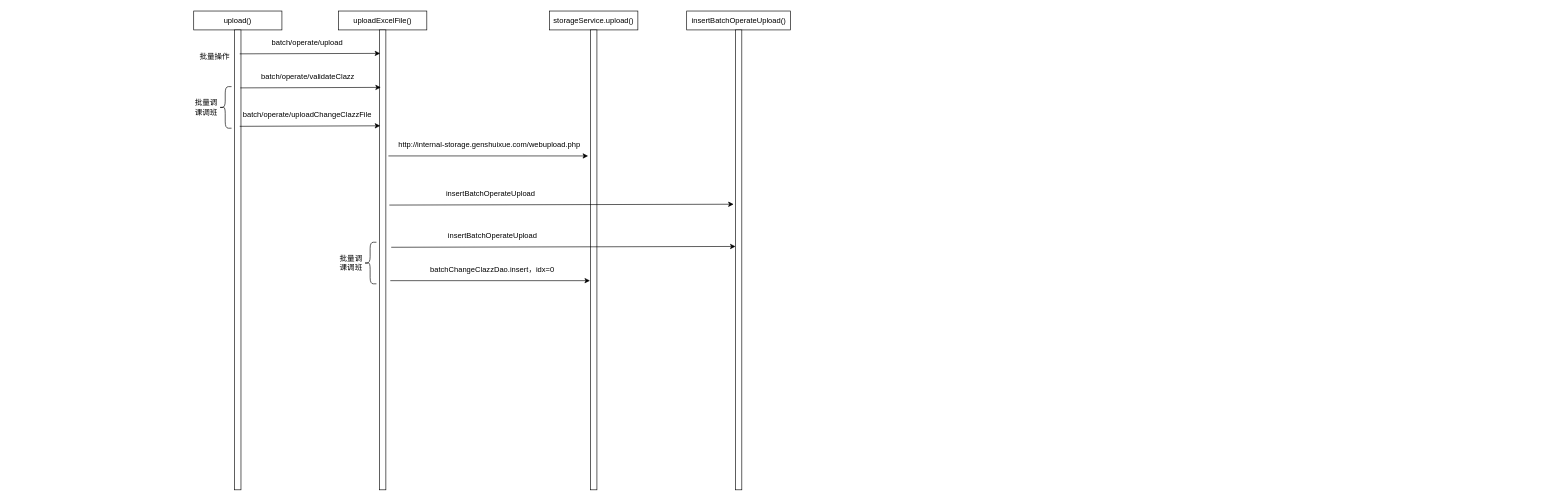
Before: batch_operate2.0time-return.drawio in mirai3zZ/mojito, a draw.io diagram. Source tidied: cells renumbered, new cells numbered last; positions are measured from the earlier drawing's top-left corner, leaving out a move shared by most shapes. Both pictures are drawn from the tidied source at 63%, with x=0, y=0 at pixel (193, 11).
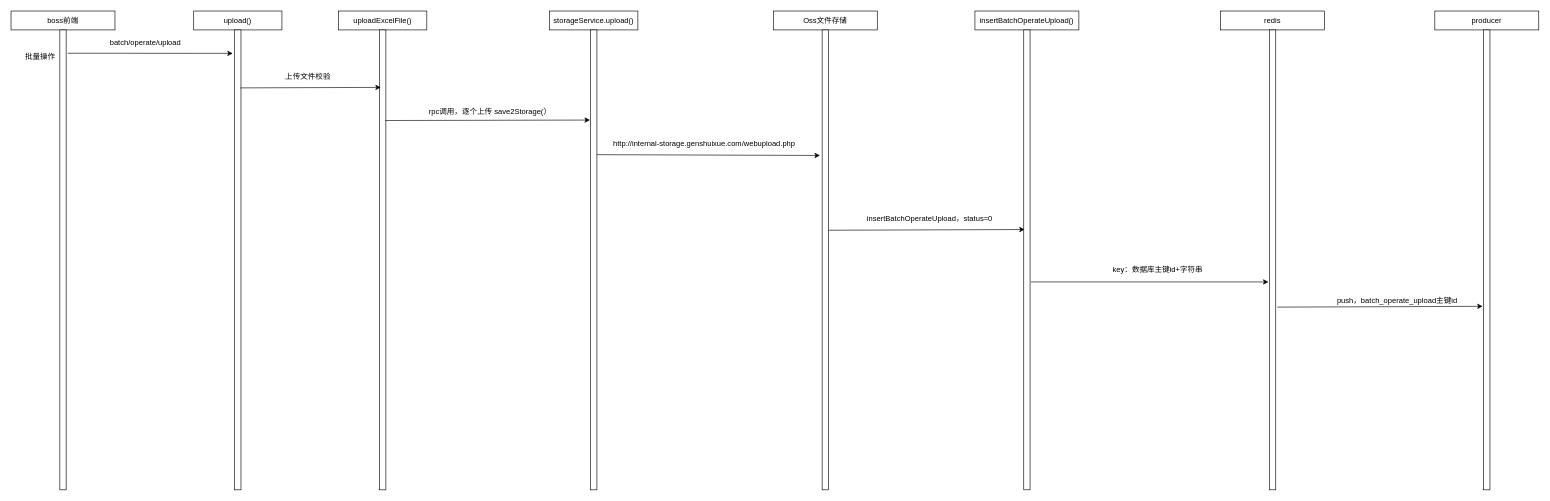
The same page after the edit.

Unchanged cells that the change refers to:
```xml
<mxCell id="3" style="rounded=0;whiteSpace=wrap;html=1;" parent="1" vertex="1">
  <mxGeometry x="65" y="30" width="10" height="730" as="geometry" />
</mxCell>
<mxCell id="5" style="rounded=0;whiteSpace=wrap;html=1;" parent="1" vertex="1">
  <mxGeometry x="295" y="30" width="10" height="730" as="geometry" />
</mxCell>
<mxCell id="7" style="rounded=0;whiteSpace=wrap;html=1;" parent="1" vertex="1">
  <mxGeometry x="630" y="30" width="10" height="730" as="geometry" />
</mxCell>
```

What changed in the source:
```diff
@@
-    <mxCell id="8" value="insertBatchOperateUpload()" style="rounded=0;whiteSpace=wrap;html=1;" parent="1" vertex="1">
-      <mxGeometry x="782.5" width="165" height="30" as="geometry" />
+    <mxCell id="8" value="Oss文件存储" style="rounded=0;whiteSpace=wrap;html=1;" parent="1" vertex="1">
+      <mxGeometry x="920" width="165" height="30" as="geometry" />
     </mxCell>
     <mxCell id="9" style="rounded=0;whiteSpace=wrap;html=1;" parent="1" vertex="1">
-      <mxGeometry x="860" y="30" width="10" height="730" as="geometry" />
+      <mxGeometry x="997.5" y="30" width="10" height="730" as="geometry" />
     </mxCell>
-    <mxCell id="10" style="endArrow=classic;html=1;exitX=0.8;exitY=0.052;exitDx=0;exitDy=0;exitPerimeter=0;entryX=0.1;entryY=0.051;entryDx=0;entryDy=0;entryPerimeter=0;" parent="1" edge="1" source="3" target="5">
-      <mxGeometry relative="1" as="geometry" />
+    <mxCell id="10" style="endArrow=classic;html=1;entryX=-0.3;entryY=0.051;entryDx=0;entryDy=0;entryPerimeter=0;" parent="1" edge="1" target="3">
+      <mxGeometry relative="1" as="geometry">
+        <mxPoint x="-200" y="67" as="sourcePoint" />
+      </mxGeometry>
     </mxCell>
     <mxCell id="11" value="batch/operate/upload" style="text;html=1;align=center;verticalAlign=middle;" parent="1" vertex="1">
-      <mxGeometry x="115" y="40" width="130" height="20" as="geometry" />
+      <mxGeometry x="-142" y="40" width="130" height="20" as="geometry" />
     </mxCell>
@@
-    <mxCell id="13" value="batch/operate/validateClazz" style="text;html=1;align=center;verticalAlign=middle;" parent="1" vertex="1">
-      <mxGeometry x="101" y="94" width="160" height="20" as="geometry" />
+    <mxCell id="13" value="上传文件校验" style="text;html=1;align=center;verticalAlign=middle;" parent="1" vertex="1">
+      <mxGeometry x="136" y="94" width="90" height="20" as="geometry" />
     </mxCell>
-    <mxCell id="14" style="endArrow=classic;html=1;exitX=0.8;exitY=0.052;exitDx=0;exitDy=0;exitPerimeter=0;entryX=0.1;entryY=0.051;entryDx=0;entryDy=0;entryPerimeter=0;" parent="1" edge="1">
-      <mxGeometry relative="1" as="geometry">
-        <mxPoint x="73" y="183" as="sourcePoint" />
-        <mxPoint x="296" y="182.2" as="targetPoint" />
-      </mxGeometry>
-    </mxCell>
-    <mxCell id="15" value="batch/operate/uploadChangeClazzFile" style="text;html=1;align=center;verticalAlign=middle;" parent="1" vertex="1">
-      <mxGeometry x="70" y="155" width="220" height="20" as="geometry" />
-    </mxCell>
-    <mxCell id="16" style="endArrow=classic;html=1;exitX=0.8;exitY=0.052;exitDx=0;exitDy=0;exitPerimeter=0;entryX=-0.4;entryY=0.274;entryDx=0;entryDy=0;entryPerimeter=0;" parent="1" edge="1" target="7">
+    <mxCell id="16" style="endArrow=classic;html=1;exitX=0.8;exitY=0.052;exitDx=0;exitDy=0;exitPerimeter=0;entryX=-0.35;entryY=0.273;entryDx=0;entryDy=0;entryPerimeter=0;" parent="1" edge="1" target="9">
       <mxGeometry relative="1" as="geometry">
-        <mxPoint x="309" y="230" as="sourcePoint" />
+        <mxPoint x="640" y="228" as="sourcePoint" />
       </mxGeometry>
     </mxCell>
     <mxCell id="17" value="http://internal-storage.genshuixue.com/webupload.php" style="text;html=1;align=center;verticalAlign=middle;" parent="1" vertex="1">
-      <mxGeometry x="319" y="202" width="300" height="20" as="geometry" />
+      <mxGeometry x="660" y="200" width="300" height="20" as="geometry" />
     </mxCell>
-    <mxCell id="18" style="shape=curlyBracket;whiteSpace=wrap;html=1;rounded=1;" parent="1" vertex="1">
-      <mxGeometry x="40" y="120" width="20" height="66" as="geometry" />
-    </mxCell>
-    <mxCell id="19" value="批量调课调班" style="text;html=1;strokeColor=none;fillColor=none;align=center;verticalAlign=middle;whiteSpace=wrap;rounded=0;" parent="1" vertex="1">
-      <mxGeometry y="143" width="40" height="20" as="geometry" />
-    </mxCell>
     <mxCell id="20" value="批量操作" style="text;html=1;strokeColor=none;fillColor=none;align=center;verticalAlign=middle;whiteSpace=wrap;rounded=0;" parent="1" vertex="1">
-      <mxGeometry x="7" y="60" width="53" height="23" as="geometry" />
+      <mxGeometry x="-270" y="60" width="53" height="23" as="geometry" />
     </mxCell>
-    <mxCell id="21" style="endArrow=classic;html=1;exitX=0.8;exitY=0.052;exitDx=0;exitDy=0;exitPerimeter=0;entryX=-0.3;entryY=0.379;entryDx=0;entryDy=0;entryPerimeter=0;" parent="1" edge="1" target="9">
-      <mxGeometry relative="1" as="geometry">
-        <mxPoint x="310.5" y="308" as="sourcePoint" />
-      </mxGeometry>
-    </mxCell>
-    <mxCell id="22" value="insertBatchOperateUpload" style="text;html=1;align=center;verticalAlign=middle;" parent="1" vertex="1">
-      <mxGeometry x="390.5" y="280" width="160" height="20" as="geometry" />
-    </mxCell>
-    <mxCell id="23" style="endArrow=classic;html=1;exitX=0.8;exitY=0.052;exitDx=0;exitDy=0;exitPerimeter=0;entryX=-0.3;entryY=0.379;entryDx=0;entryDy=0;entryPerimeter=0;" parent="1" edge="1">
+    <mxCell id="23" style="endArrow=classic;html=1;exitX=0.8;exitY=0.052;exitDx=0;exitDy=0;exitPerimeter=0;entryX=0.15;entryY=0.434;entryDx=0;entryDy=0;entryPerimeter=0;" parent="1" edge="1" target="32">
       <mxGeometry relative="1" as="geometry">
-        <mxPoint x="313.5" y="375" as="sourcePoint" />
-        <mxPoint x="860" y="373.7" as="targetPoint" />
+        <mxPoint x="1007.5" y="348" as="sourcePoint" />
       </mxGeometry>
     </mxCell>
-    <mxCell id="24" value="insertBatchOperateUpload" style="text;html=1;align=center;verticalAlign=middle;" parent="1" vertex="1">
-      <mxGeometry x="393.5" y="347" width="160" height="20" as="geometry" />
+    <mxCell id="24" value="insertBatchOperateUpload，status=0" style="text;html=1;align=center;verticalAlign=middle;" parent="1" vertex="1">
+      <mxGeometry x="1062.5" y="320" width="210" height="20" as="geometry" />
     </mxCell>
-    <mxCell id="25" style="endArrow=classic;html=1;exitX=0.8;exitY=0.052;exitDx=0;exitDy=0;exitPerimeter=0;entryX=-0.4;entryY=0.274;entryDx=0;entryDy=0;entryPerimeter=0;" parent="1" edge="1">
-      <mxGeometry relative="1" as="geometry">
-        <mxPoint x="312" y="428" as="sourcePoint" />
-        <mxPoint x="629" y="428" as="targetPoint" />
-      </mxGeometry>
-    </mxCell>
-    <mxCell id="26" value="&amp;nbsp;batchChangeClazzDao.insert，idx=0" style="text;html=1;align=center;verticalAlign=middle;" parent="1" vertex="1">
-      <mxGeometry x="362" y="400" width="220" height="20" as="geometry" />
-    </mxCell>
-    <mxCell id="27" style="shape=curlyBracket;whiteSpace=wrap;html=1;rounded=1;" parent="1" vertex="1">
-      <mxGeometry x="270" y="367" width="20" height="66" as="geometry" />
-    </mxCell>
-    <mxCell id="28" value="批量调课调班" style="text;html=1;strokeColor=none;fillColor=none;align=center;verticalAlign=middle;whiteSpace=wrap;rounded=0;" parent="1" vertex="1">
-      <mxGeometry x="230" y="390" width="40" height="20" as="geometry" />
-    </mxCell>
+    <mxCell id="29" value="boss前端" style="rounded=0;whiteSpace=wrap;html=1;" parent="1" vertex="1">
+      <mxGeometry x="-290" width="165" height="30" as="geometry" />
+    </mxCell>
+    <mxCell id="30" style="rounded=0;whiteSpace=wrap;html=1;" parent="1" vertex="1">
+      <mxGeometry x="-212.5" y="30" width="10" height="730" as="geometry" />
+    </mxCell>
+    <mxCell id="31" value="insertBatchOperateUpload()" style="rounded=0;whiteSpace=wrap;html=1;" parent="1" vertex="1">
+      <mxGeometry x="1240" width="165" height="30" as="geometry" />
+    </mxCell>
+    <mxCell id="32" style="rounded=0;whiteSpace=wrap;html=1;" parent="1" vertex="1">
+      <mxGeometry x="1317.5" y="30" width="10" height="730" as="geometry" />
+    </mxCell>
+    <mxCell id="33" style="endArrow=classic;html=1;exitX=0.9;exitY=0.197;exitDx=0;exitDy=0;exitPerimeter=0;entryX=-0.1;entryY=0.196;entryDx=0;entryDy=0;entryPerimeter=0;" parent="1" edge="1" source="5" target="7">
+      <mxGeometry relative="1" as="geometry" />
+    </mxCell>
+    <mxCell id="34" value="rpc调用，逐个上传&amp;nbsp;save2Storage(）" style="text;html=1;align=center;verticalAlign=middle;" parent="1" vertex="1">
+      <mxGeometry x="365" y="150" width="210" height="20" as="geometry" />
+    </mxCell>
+    <mxCell id="35" value="redis" style="rounded=0;whiteSpace=wrap;html=1;" parent="1" vertex="1">
+      <mxGeometry x="1630" width="165" height="30" as="geometry" />
+    </mxCell>
+    <mxCell id="36" style="rounded=0;whiteSpace=wrap;html=1;" parent="1" vertex="1">
+      <mxGeometry x="1707.5" y="30" width="10" height="730" as="geometry" />
+    </mxCell>
+    <mxCell id="37" style="endArrow=classic;html=1;" parent="1" edge="1">
+      <mxGeometry relative="1" as="geometry">
+        <mxPoint x="1329" y="430" as="sourcePoint" />
+        <mxPoint x="1706" y="430" as="targetPoint" />
+      </mxGeometry>
+    </mxCell>
+    <mxCell id="38" value="key：数据库主键id+字符串" style="text;html=1;align=center;verticalAlign=middle;" parent="1" vertex="1">
+      <mxGeometry x="1450" y="400" width="160" height="20" as="geometry" />
+    </mxCell>
+    <mxCell id="39" value="producer" style="rounded=0;whiteSpace=wrap;html=1;" parent="1" vertex="1">
+      <mxGeometry x="1970" width="165" height="30" as="geometry" />
+    </mxCell>
+    <mxCell id="40" style="rounded=0;whiteSpace=wrap;html=1;" parent="1" vertex="1">
+      <mxGeometry x="2047.5" y="30" width="10" height="730" as="geometry" />
+    </mxCell>
+    <mxCell id="41" style="endArrow=classic;html=1;entryX=-0.15;entryY=0.601;entryDx=0;entryDy=0;entryPerimeter=0;" parent="1" edge="1" target="40">
+      <mxGeometry relative="1" as="geometry">
+        <mxPoint x="1720" y="470" as="sourcePoint" />
+      </mxGeometry>
+    </mxCell>
+    <mxCell id="42" value="push，batch_operate_upload主键id" style="text;html=1;align=center;verticalAlign=middle;" parent="1" vertex="1">
+      <mxGeometry x="1805" y="450" width="210" height="20" as="geometry" />
+    </mxCell>
```
